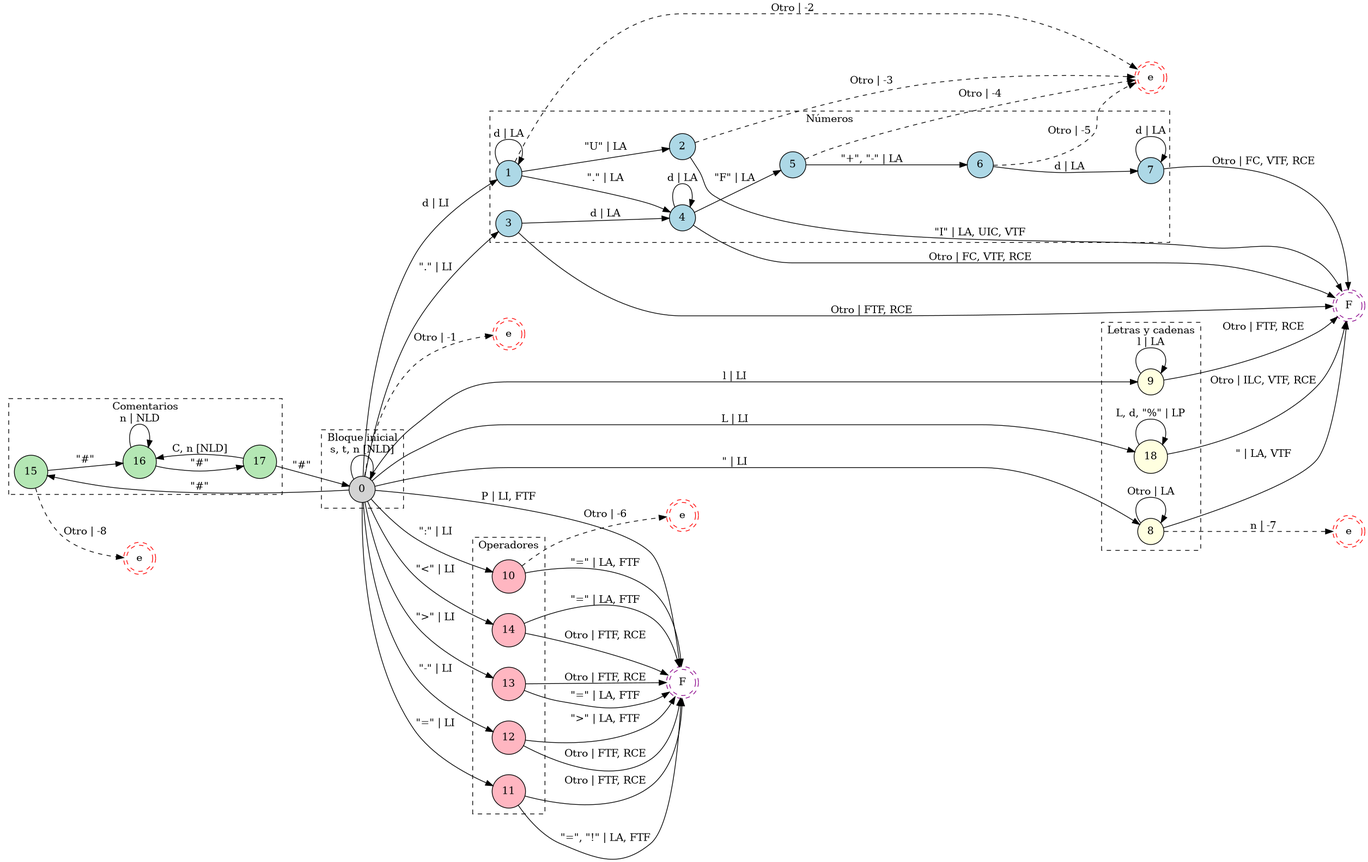
This is resources/images/finiteAutomatom.png from iroumec/RouVel-Compiler, a Graphviz export, as it was before one commit. Its source is kept beside it as resources/diagrams/finite-automatoms/finiteAutomatom.dot.
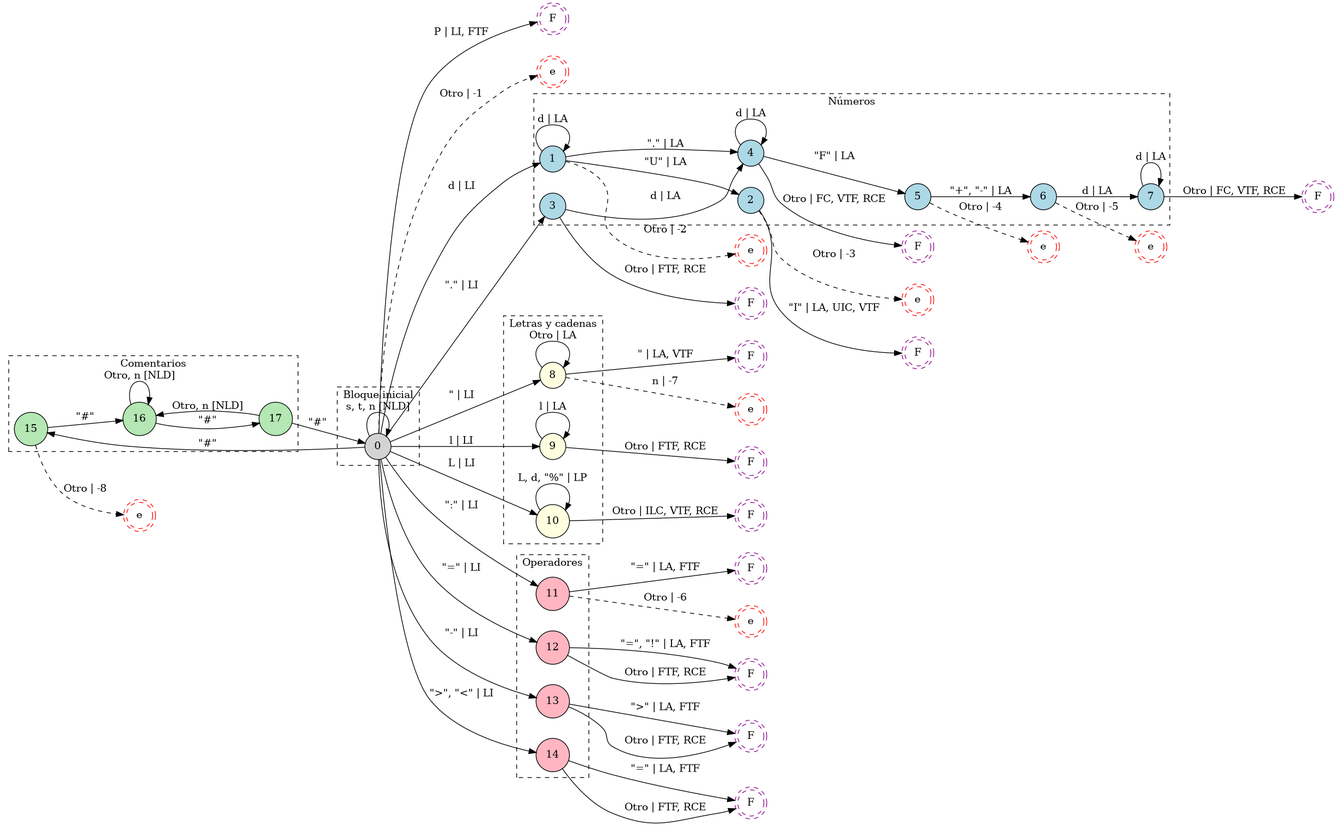
Above is the later version.

What changed in the source:
```diff
@@ -8,12 +8,25 @@
     node [shape = circle; style = filled;];
 
     fI [shape = doublecircle;style = dashed;color = "#8a048a"; label = "F";];
-    fP [shape = doublecircle;style = dashed;color = "#8a048a"; label = "F";];
+    fR [shape = doublecircle;style = dashed;color = "#8a048a"; label = "F";];
+    fS [shape = doublecircle;style = dashed;color = "#8a048a"; label = "F";];
+    fN1 [shape = doublecircle;style = dashed;color = "#8a048a"; label = "F";];
+    fN2 [shape = doublecircle;style = dashed;color = "#8a048a"; label = "F";];
+    fN3 [shape = doublecircle;style = dashed;color = "#8a048a"; label = "F";];
+    fN4 [shape = doublecircle;style = dashed;color = "#8a048a"; label = "F";];
+    fP1 [shape = doublecircle;style = dashed;color = "#8a048a"; label = "F";];
+    fP2 [shape = doublecircle;style = dashed;color = "#8a048a"; label = "F";];
+    fP3 [shape = doublecircle;style = dashed;color = "#8a048a"; label = "F";];
+    fP4 [shape = doublecircle;style = dashed;color = "#8a048a"; label = "F";];
+    fP5 [shape = doublecircle;style = dashed;color = "#8a048a"; label = "F";];
 
     eG [shape = doublecircle;style = dashed;color = red;label = "e";];
     eC [shape = doublecircle;style = dashed;color = red;label = "e";];
     eP [shape = doublecircle;style = dashed;color = red;label = "e";];
-    eN [shape = doublecircle;style = dashed;color = red;label = "e";];
+    eN1 [shape = doublecircle;style = dashed;color = red;label = "e";];
+    eN2 [shape = doublecircle;style = dashed;color = red;label = "e";];
+    eN3 [shape = doublecircle;style = dashed;color = red;label = "e";];
+    eN4 [shape = doublecircle;style = dashed;color = red;label = "e";];
     eS [shape = doublecircle;style = dashed;color = red;label = "e";];
 
     subgraph cluster_inicio {
@@ -43,14 +56,13 @@
         node [fillcolor = lightyellow;];
         8;
         9;
-        18;
+        10;
     }
 
     subgraph cluster_ops {
         label = "Operadores";
         style = dashed;
         node [fillcolor = lightpink;];
-        10;
         11;
         12;
         13;
@@ -67,57 +79,54 @@
     }
 
     0 -> 0 [label = "s, t, n [NLD]";];
-    0 -> 10 [label = "\":\" | LI";];
-    0 -> 11 [label = "\"=\" | LI";];
-    0 -> 12 [label = "\"-\" | LI";];
-    0 -> 13 [label = "\">\" | LI";];
-    0 -> 14 [label = "\"<\" | LI";];
+    0 -> 10 [label = "L | LI";];
+    0 -> 11 [label = "\":\" | LI";];
+    0 -> 12 [label = "\"=\" | LI";];
+    0 -> 13 [label = "\"-\" | LI";];
+    0 -> 14 [label = "\">\", \"<\" | LI";];
     0 -> 15 [label = "\"#\"";];
-    0 -> 18 [label = "L | LI";];
     0 -> 1 [label = "d | LI";];
     0 -> 3 [label = "\".\" | LI";];
     0 -> 8 [label = "\" | LI";];
     0 -> 9 [label = "l | LI";];
     0 -> eG [label = "Otro | -1"; style = dashed;];
-    0 -> fP [label = "P | LI, FTF";];
+    0 -> fP1 [label = "P | LI, FTF";];
     1 -> 1 [label = "d | LA";];
     1 -> 2 [label = "\"U\" | LA";];
     1 -> 4 [label = "\".\" | LA";];
-    1 -> eN [label = "Otro | -2"; style = dashed;];
-    2 -> eN [label = "Otro | -3"; style = dashed;];
-    2 -> fI [label = "\"I\" | LA, UIC, VTF";];
+    1 -> eN1 [label = "Otro | -2"; style = dashed;];
+    2 -> eN2 [label = "Otro | -3"; style = dashed;];
+    2 -> fN1 [label = "\"I\" | LA, UIC, VTF";];
     3 -> 4 [label = "d | LA";];
-    3 -> fI [label = "Otro | FTF, RCE";];
+    3 -> fN2 [label = "Otro | FTF, RCE";];
     4 -> 4 [label = "d | LA";];
     4 -> 5 [label = "\"F\" | LA";];
-    4 -> fI [label = "Otro | FC, VTF, RCE";];
+    4 -> fN3 [label = "Otro | FC, VTF, RCE";];
     5 -> 6 [label = "\"+\", \"-\" | LA";];
-    5 -> eN [label = "Otro | -4"; style = dashed;];
+    5 -> eN3 [label = "Otro | -4"; style = dashed;];
     6 -> 7 [label = "d | LA";];
-    6 -> eN [label = "Otro | -5"; style = dashed;];
+    6 -> eN4 [label = "Otro | -5"; style = dashed;];
     7 -> 7 [label = "d | LA";];
-    7 -> fI [label = "Otro | FC, VTF, RCE";];
+    7 -> fN4 [label = "Otro | FC, VTF, RCE";];
     8 -> 8 [label = "Otro | LA";];
     8 -> eS [label = "n | -7"; style = dashed;];
-    8 -> fI [label = "\" | LA, VTF";];
+    8 -> fS [label = "\" | LA, VTF";];
     9 -> 9 [label = "l | LA";];
-    9 -> fI [label = "Otro | FTF, RCE";];
-    10 -> eP [label = "Otro | -6"; style = dashed;];
-    10 -> fP [label = "\"=\" | LA, FTF";];
-    11 -> fP [label = "\"=\", \"!\" | LA, FTF";];
-    11 -> fP [label = "Otro | FTF, RCE";];
-    12 -> fP [label = "\">\" | LA, FTF";];
-    12 -> fP [label = "Otro | FTF, RCE";];
-    13 -> fP [label = "\"=\" | LA, FTF";];
-    13 -> fP [label = "Otro | FTF, RCE";];
-    14 -> fP [label = "\"=\" | LA, FTF";];
-    14 -> fP [label = "Otro | FTF, RCE";];
+    9 -> fR [label = "Otro | FTF, RCE";];
+    10 -> 10 [label = "L, d, \"%\" | LP";];
+    10 -> fI [label = "Otro | ILC, VTF, RCE";];
+    11 -> eP [label = "Otro | -6"; style = dashed;];
+    11 -> fP2 [label = "\"=\" | LA, FTF";];
+    12 -> fP3 [label = "\"=\", \"!\" | LA, FTF";];
+    12 -> fP3 [label = "Otro | FTF, RCE";];
+    13 -> fP4 [label = "\">\" | LA, FTF";];
+    13 -> fP4 [label = "Otro | FTF, RCE";];
+    14 -> fP5 [label = "\"=\" | LA, FTF";];
+    14 -> fP5 [label = "Otro | FTF, RCE";];
     15 -> 16 [label = "\"#\"";];
     15 -> eC [label = "Otro | -8"; style = dashed;];
-    16 -> 16 [label = "n | NLD";];
+    16 -> 16 [label = "Otro, n [NLD]";];
     16 -> 17 [label = "\"#\"";];
     17 -> 0 [label = "\"#\"";];
-    17 -> 16 [label = "C, n [NLD]";];
-    18 -> 18 [label = "L, d, \"%\" | LP";];
-    18 -> fI [label = "Otro | ILC, VTF, RCE";];
+    17 -> 16 [label = "Otro, n [NLD]";];
 }
```
